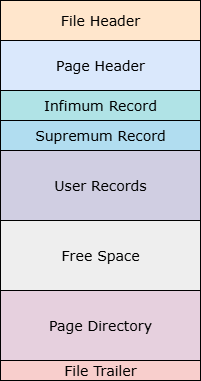
This is mysql/InnoDB索引页记录分组过程drawio.png from guxdong/imgrepo, a draw.io export, as it was before one commit. Source tidied: cells renumbered, new cells last; positions are measured from the earlier drawing's top-left corner, leaving out a move shared by most shapes.
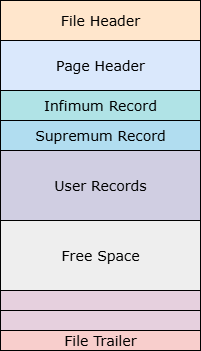
The same diagram one commit later.

Commit message:
更新InnoDB索引页记录分组过程drawio.png

The edit, as a diff of the source:
```diff
@@ -20,11 +20,14 @@
     <mxCell id="7" value="Free Space" style="rounded=0;whiteSpace=wrap;html=1;fontFamily=Verdana;fontSize=14;fillColor=#eeeeee;strokeColor=default;" parent="1" vertex="1">
       <mxGeometry y="220" width="200" height="70" as="geometry" />
     </mxCell>
-    <mxCell id="8" value="Page Directory" style="rounded=0;whiteSpace=wrap;html=1;fontFamily=Verdana;fontSize=14;fillColor=#E6D0DE;strokeColor=default;" parent="1" vertex="1">
-      <mxGeometry y="290" width="200" height="70" as="geometry" />
+    <mxCell id="8" style="rounded=0;whiteSpace=wrap;html=1;fontFamily=Verdana;fontSize=14;fillColor=#E6D0DE;strokeColor=default;" parent="1" vertex="1">
+      <mxGeometry y="290" width="200" height="20" as="geometry" />
     </mxCell>
     <mxCell id="9" value="File Trailer" style="rounded=0;whiteSpace=wrap;html=1;fontFamily=Verdana;fontSize=14;fillColor=#f8cecc;strokeColor=default;" parent="1" vertex="1">
-      <mxGeometry y="360" width="200" height="20" as="geometry" />
+      <mxGeometry y="330" width="200" height="20" as="geometry" />
     </mxCell>
+    <mxCell id="10" style="rounded=0;whiteSpace=wrap;html=1;fontFamily=Verdana;fontSize=14;fillColor=#E6D0DE;strokeColor=default;" parent="1" vertex="1">
+      <mxGeometry y="310" width="200" height="20" as="geometry" />
+    </mxCell>
   </root>
 </mxGraphModel>
```
